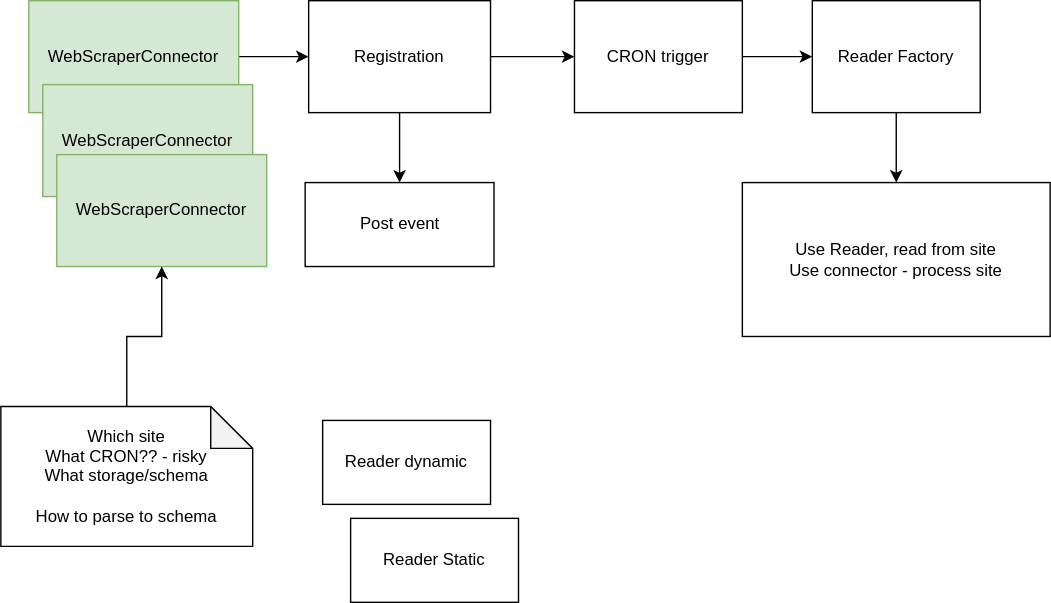
The draw.io diagram High level architecture.svg in SiecFirma/WebScraper, before a commit. Source tidied: cells renumbered, new cells last; positions are measured from the earlier drawing's top-left corner, leaving out a move shared by most shapes.
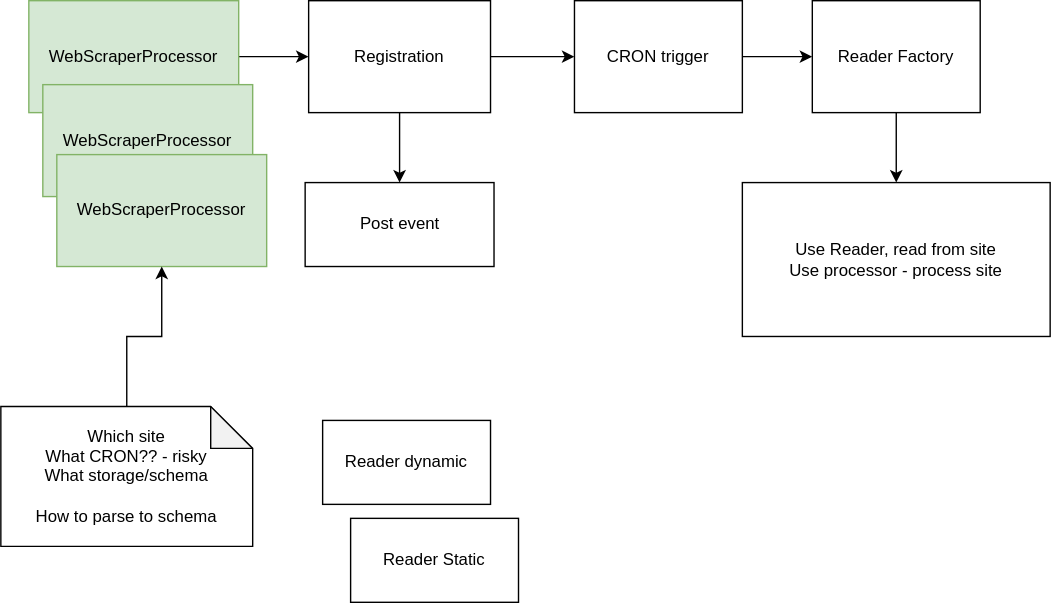
The same diagram one commit later.

Change to the diagram source:
```diff
@@ -5,13 +5,13 @@
     <mxCell id="2" style="edgeStyle=orthogonalEdgeStyle;rounded=0;jettySize=auto;html=1;exitX=1;exitY=0.5;exitDx=0;exitDy=0;entryX=0;entryY=0.5;entryDx=0;entryDy=0;" parent="1" edge="1" source="3" target="8">
       <mxGeometry relative="1" as="geometry" />
     </mxCell>
-    <mxCell id="3" value="WebScraperConnector" style="rounded=0;whiteSpace=wrap;html=1;fillColor=#d5e8d4;strokeColor=#82b366;" parent="1" vertex="1">
+    <mxCell id="3" value="WebScraperProcessor" style="rounded=0;whiteSpace=wrap;html=1;fillColor=#d5e8d4;strokeColor=#82b366;" parent="1" vertex="1">
       <mxGeometry x="20" width="150" height="80" as="geometry" />
     </mxCell>
-    <mxCell id="4" value="WebScraperConnector" style="rounded=0;whiteSpace=wrap;html=1;fillColor=#d5e8d4;strokeColor=#82b366;" parent="1" vertex="1">
+    <mxCell id="4" value="WebScraperProcessor" style="rounded=0;whiteSpace=wrap;html=1;fillColor=#d5e8d4;strokeColor=#82b366;" parent="1" vertex="1">
       <mxGeometry x="30" y="60" width="150" height="80" as="geometry" />
     </mxCell>
-    <mxCell id="5" value="WebScraperConnector" style="rounded=0;whiteSpace=wrap;html=1;fillColor=#d5e8d4;strokeColor=#82b366;" parent="1" vertex="1">
+    <mxCell id="5" value="WebScraperProcessor" style="rounded=0;whiteSpace=wrap;html=1;fillColor=#d5e8d4;strokeColor=#82b366;" parent="1" vertex="1">
       <mxGeometry x="40" y="110" width="150" height="80" as="geometry" />
     </mxCell>
     <mxCell id="6" style="edgeStyle=orthogonalEdgeStyle;rounded=0;jettySize=auto;html=1;exitX=1;exitY=0.5;exitDx=0;exitDy=0;entryX=0;entryY=0.5;entryDx=0;entryDy=0;" parent="1" edge="1" source="8" target="12">
@@ -47,7 +47,7 @@
     <mxCell id="16" value="Reader Factory" style="rounded=0;whiteSpace=wrap;html=1;" parent="1" vertex="1">
       <mxGeometry x="580" width="120" height="80" as="geometry" />
     </mxCell>
-    <mxCell id="17" value="Use Reader, read from site&lt;br&gt;Use connector - process site" style="rounded=0;whiteSpace=wrap;html=1;" parent="1" vertex="1">
+    <mxCell id="17" value="Use Reader, read from site&lt;br&gt;Use processor - process site" style="rounded=0;whiteSpace=wrap;html=1;" parent="1" vertex="1">
       <mxGeometry x="530" y="130" width="220" height="110" as="geometry" />
     </mxCell>
     <mxCell id="18" value="Post event" style="rounded=0;whiteSpace=wrap;html=1;" parent="1" vertex="1">
```
